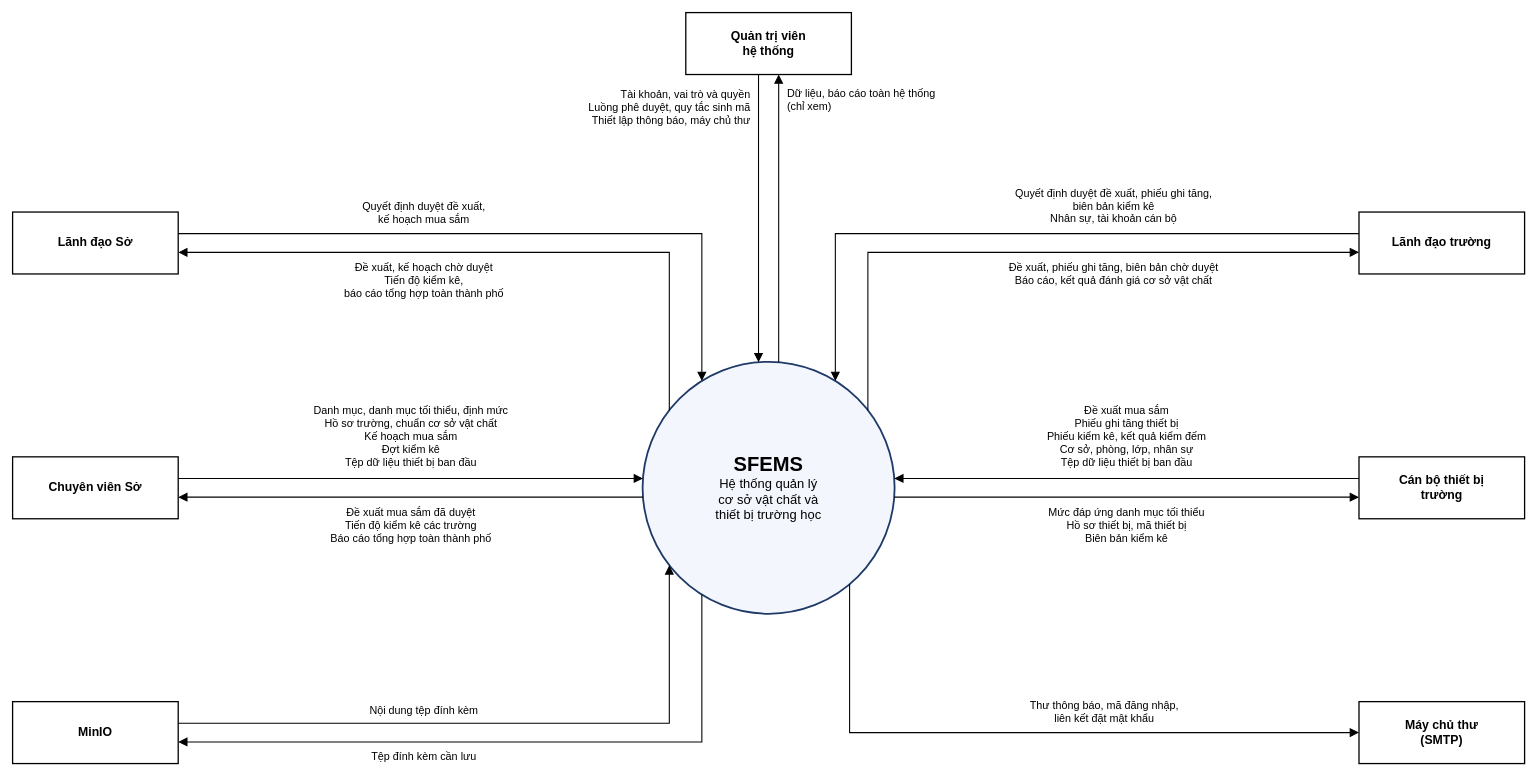
Above: docs/VN/diagram/Report 3/01 So do ngu canh/So do ngu canh.drawio in LuuDong2004/SEP490_G123_SFEMS (draw.io), before the change. Source tidied: cells renumbered, new cells numbered last; positions are measured from the earlier drawing's top-left corner, leaving out a move shared by most shapes. Both pictures are drawn from the tidied source at 72%, with x=0, y=0 at pixel (12, 12).
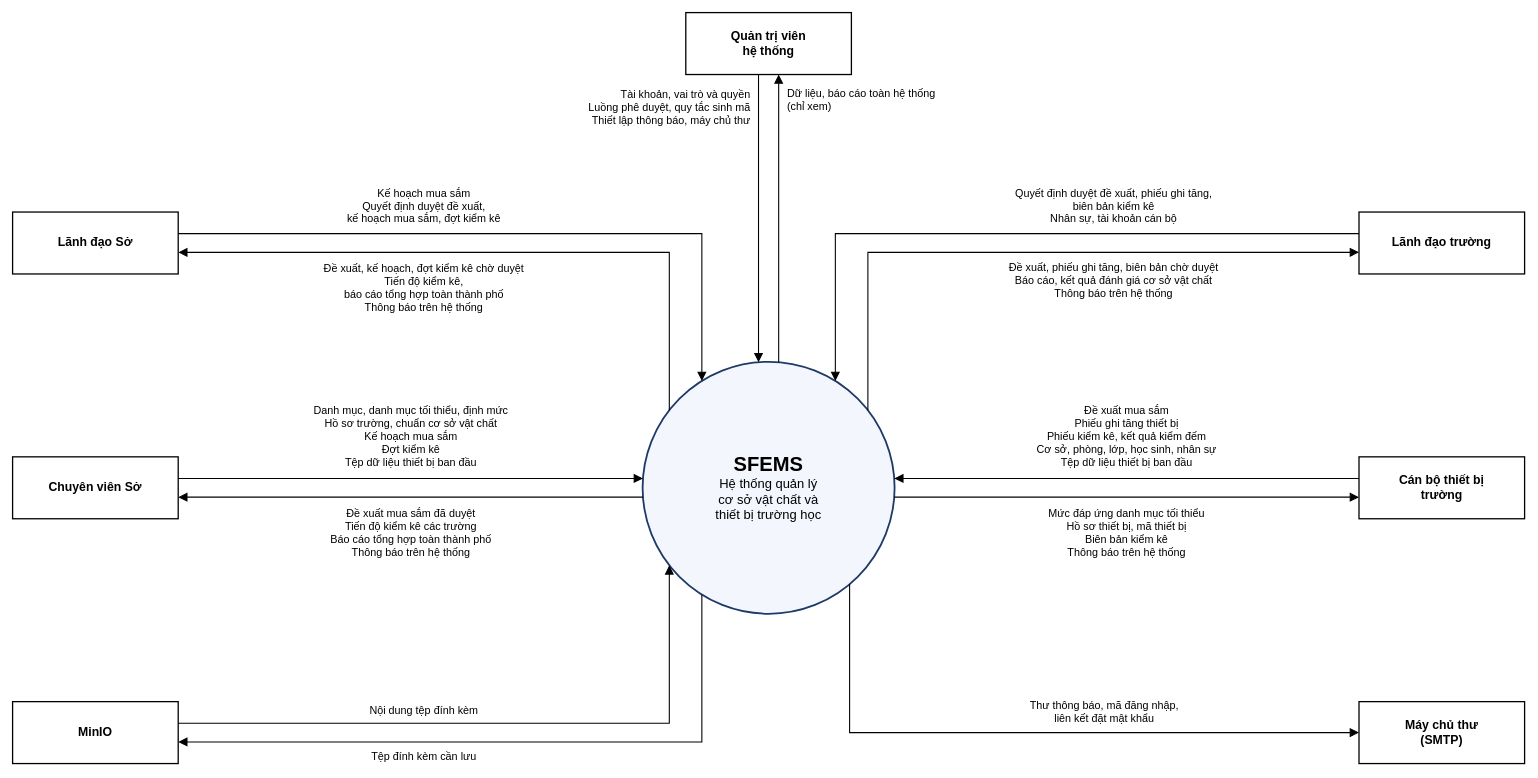
The same diagram, later.

Change to the diagram source:
```diff
@@
-    <mxCell id="11" value="Quyết định duyệt đề xuất,&lt;br&gt;kế hoạch mua sắm" style="text;html=1;whiteSpace=nowrap;verticalAlign=middle;fontSize=15;fontFamily=Arial;strokeColor=none;fillColor=none;align=center;" parent="1" vertex="1">
-      <mxGeometry x="466.5" y="255" width="209" height="46" as="geometry" />
+    <mxCell id="11" value="Kế hoạch mua sắm&lt;br&gt;Quyết định duyệt đề xuất,&lt;br&gt;kế hoạch mua sắm, đợt kiểm kê" style="text;html=1;whiteSpace=nowrap;verticalAlign=middle;fontSize=15;fontFamily=Arial;strokeColor=none;fillColor=none;align=center;" parent="1" vertex="1">
+      <mxGeometry x="466.5" y="235" width="209" height="66" as="geometry" />
     </mxCell>
-    <mxCell id="12" value="Đề xuất, kế hoạch chờ duyệt&lt;br&gt;Tiến độ kiểm kê,&lt;br&gt;báo cáo tổng hợp toàn thành phố" style="text;html=1;whiteSpace=nowrap;verticalAlign=middle;fontSize=15;fontFamily=Arial;strokeColor=none;fillColor=none;align=center;" parent="1" vertex="1">
-      <mxGeometry x="447.8" y="339" width="246.5" height="66" as="geometry" />
+    <mxCell id="12" value="Đề xuất, kế hoạch, đợt kiểm kê chờ duyệt&lt;br&gt;Tiến độ kiểm kê,&lt;br&gt;báo cáo tổng hợp toàn thành phố&lt;br&gt;Thông báo trên hệ thống" style="text;html=1;whiteSpace=nowrap;verticalAlign=middle;fontSize=15;fontFamily=Arial;strokeColor=none;fillColor=none;align=center;" parent="1" vertex="1">
+      <mxGeometry x="447.8" y="339" width="246.5" height="86" as="geometry" />
     </mxCell>
@@
-    <mxCell id="17" value="Đề xuất mua sắm đã duyệt&lt;br&gt;Tiến độ kiểm kê các trường&lt;br&gt;Báo cáo tổng hợp toàn thành phố" style="text;html=1;whiteSpace=nowrap;verticalAlign=middle;fontSize=15;fontFamily=Arial;strokeColor=none;fillColor=none;align=center;" parent="1" vertex="1">
-      <mxGeometry x="429.5" y="679" width="246.5" height="66" as="geometry" />
+    <mxCell id="17" value="Đề xuất mua sắm đã duyệt&lt;br&gt;Tiến độ kiểm kê các trường&lt;br&gt;Báo cáo tổng hợp toàn thành phố&lt;br&gt;Thông báo trên hệ thống" style="text;html=1;whiteSpace=nowrap;verticalAlign=middle;fontSize=15;fontFamily=Arial;strokeColor=none;fillColor=none;align=center;" parent="1" vertex="1">
+      <mxGeometry x="429.5" y="679" width="246.5" height="86" as="geometry" />
     </mxCell>
@@
-    <mxCell id="27" value="Đề xuất, phiếu ghi tăng, biên bản chờ duyệt&lt;br&gt;Báo cáo, kết quả đánh giá cơ sở vật chất" style="text;html=1;whiteSpace=nowrap;verticalAlign=middle;fontSize=15;fontFamily=Arial;strokeColor=none;fillColor=none;align=center;" parent="1" vertex="1">
-      <mxGeometry x="1372" y="339" width="314" height="46" as="geometry" />
+    <mxCell id="27" value="Đề xuất, phiếu ghi tăng, biên bản chờ duyệt&lt;br&gt;Báo cáo, kết quả đánh giá cơ sở vật chất&lt;br&gt;Thông báo trên hệ thống" style="text;html=1;whiteSpace=nowrap;verticalAlign=middle;fontSize=15;fontFamily=Arial;strokeColor=none;fillColor=none;align=center;" parent="1" vertex="1">
+      <mxGeometry x="1372" y="339" width="314" height="66" as="geometry" />
     </mxCell>
@@
-    <mxCell id="31" value="Đề xuất mua sắm&lt;br&gt;Phiếu ghi tăng thiết bị&lt;br&gt;Phiếu kiểm kê, kết quả kiểm đếm&lt;br&gt;Cơ sở, phòng, lớp, nhân sự&lt;br&gt;Tệp dữ liệu thiết bị ban đầu" style="text;html=1;whiteSpace=nowrap;verticalAlign=middle;fontSize=15;fontFamily=Arial;strokeColor=none;fillColor=none;align=center;" parent="1" vertex="1">
+    <mxCell id="31" value="Đề xuất mua sắm&lt;br&gt;Phiếu ghi tăng thiết bị&lt;br&gt;Phiếu kiểm kê, kết quả kiểm đếm&lt;br&gt;Cơ sở, phòng, lớp, học sinh, nhân sự&lt;br&gt;Tệp dữ liệu thiết bị ban đầu" style="text;html=1;whiteSpace=nowrap;verticalAlign=middle;fontSize=15;fontFamily=Arial;strokeColor=none;fillColor=none;align=center;" parent="1" vertex="1">
       <mxGeometry x="1420.3" y="535" width="254" height="106" as="geometry" />
     </mxCell>
-    <mxCell id="32" value="Mức đáp ứng danh mục tối thiểu&lt;br&gt;Hồ sơ thiết bị, mã thiết bị&lt;br&gt;Biên bản kiểm kê" style="text;html=1;whiteSpace=nowrap;verticalAlign=middle;fontSize=15;fontFamily=Arial;strokeColor=none;fillColor=none;align=center;" parent="1" vertex="1">
-      <mxGeometry x="1424" y="679" width="246.5" height="66" as="geometry" />
+    <mxCell id="32" value="Mức đáp ứng danh mục tối thiểu&lt;br&gt;Hồ sơ thiết bị, mã thiết bị&lt;br&gt;Biên bản kiểm kê&lt;br&gt;Thông báo trên hệ thống" style="text;html=1;whiteSpace=nowrap;verticalAlign=middle;fontSize=15;fontFamily=Arial;strokeColor=none;fillColor=none;align=center;" parent="1" vertex="1">
+      <mxGeometry x="1424" y="679" width="246.5" height="86" as="geometry" />
     </mxCell>
```
